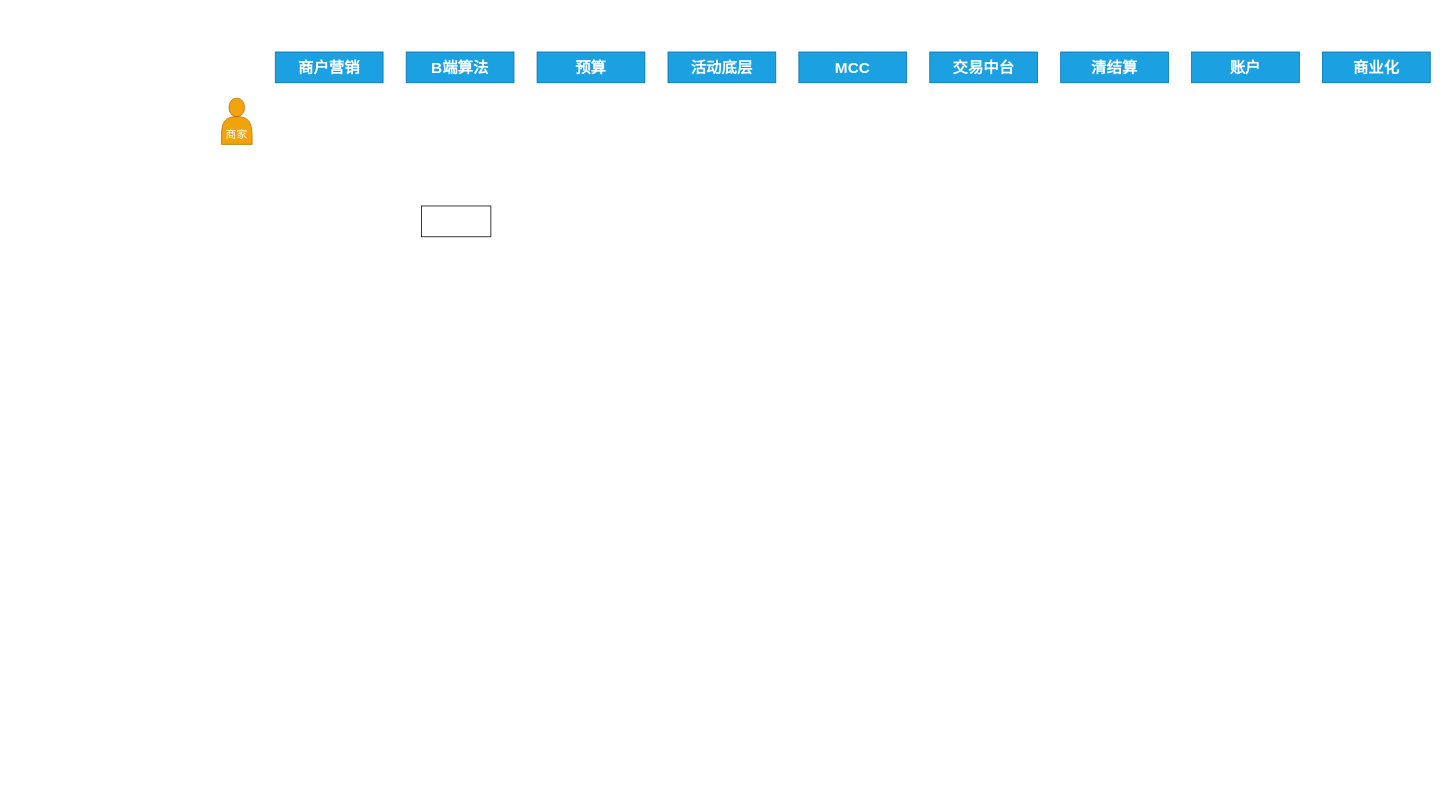
jon-kong/draw.io keeps this draw.io diagram as page "系统全链路" (4 of 5) of 智能满减.drawio. Above is the earlier version. Source tidied: cells renumbered, new cells numbered last; positions are measured from the earlier drawing's top-left corner, leaving out a move shared by most shapes. Both pictures are drawn from the tidied source at 77%, with x=0, y=0 at pixel (221, 52).
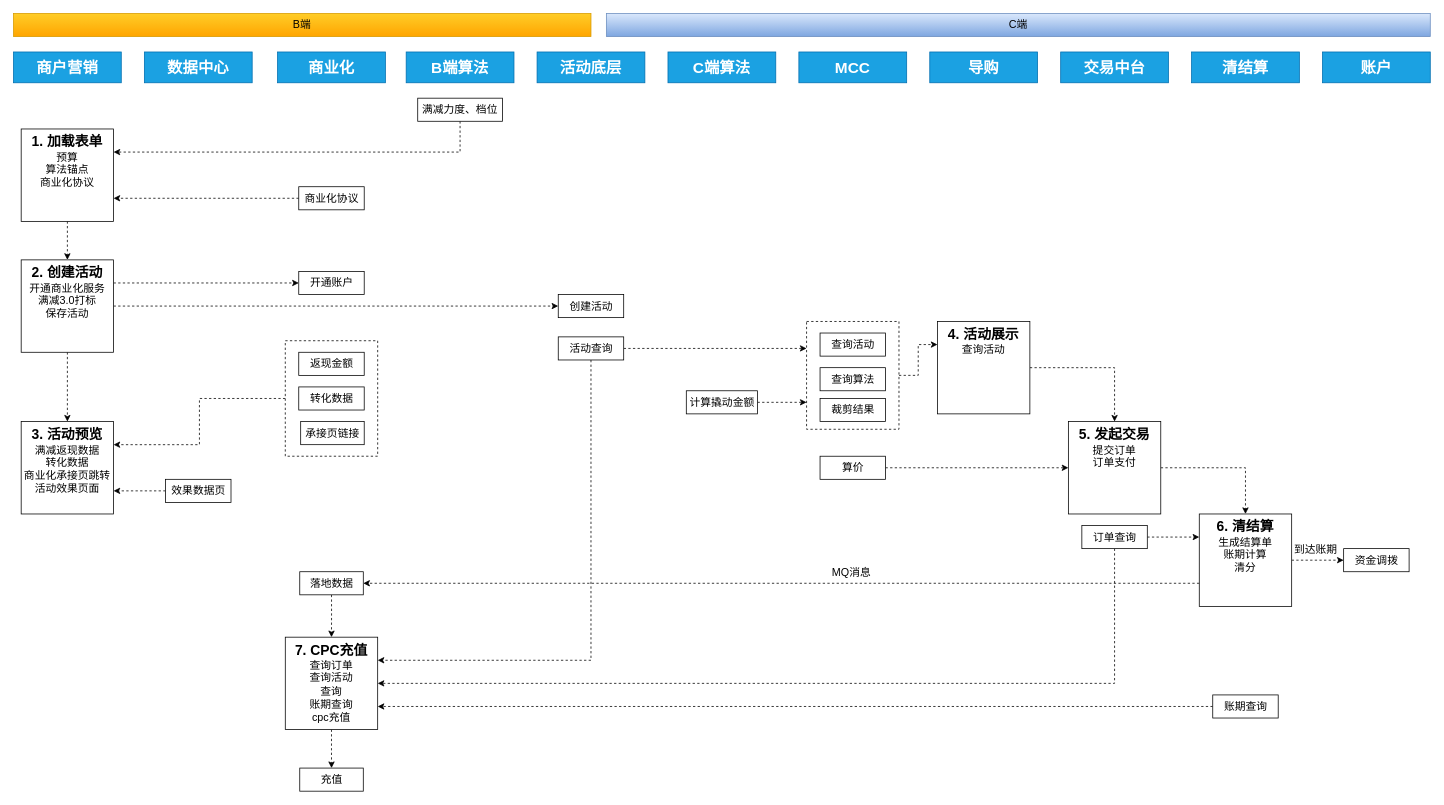
Above is the later version.

Change to the diagram source:
```diff
@@
+    <mxCell id="13" style="edgeStyle=orthogonalEdgeStyle;rounded=0;jettySize=auto;html=1;entryX=1;entryY=0.25;entryDx=0;entryDy=0;dashed=1;fontSize=14;fontColor=#000000;exitX=0;exitY=0.5;exitDx=0;exitDy=0;" parent="1" edge="1" source="14" target="27">
+      <mxGeometry relative="1" as="geometry" />
+    </mxCell>
+    <mxCell id="14" style="rounded=0;whiteSpace=wrap;html=1;strokeWidth=1;fontSize=14;fontColor=#000000;align=center;dashed=1;" parent="1" vertex="1">
+      <mxGeometry x="83" y="375" width="120" height="150" as="geometry" />
+    </mxCell>
     <mxCell id="2" value="商户营销" style="rounded=0;whiteSpace=wrap;html=1;strokeWidth=1;fontSize=20;fontColor=#ffffff;align=center;fontStyle=1;fillColor=#1ba1e2;strokeColor=#006EAF;" parent="1" vertex="1">
-      <mxGeometry x="70" width="140" height="40" as="geometry" />
+      <mxGeometry x="-270" width="140" height="40" as="geometry" />
     </mxCell>
@@
-    <mxCell id="4" value="预算" style="rounded=0;whiteSpace=wrap;html=1;strokeWidth=1;fontSize=20;fontColor=#ffffff;align=center;fontStyle=1;fillColor=#1ba1e2;strokeColor=#006EAF;" parent="1" vertex="1">
-      <mxGeometry x="410" width="140" height="40" as="geometry" />
-    </mxCell>
-    <mxCell id="5" value="活动底层" style="rounded=0;whiteSpace=wrap;html=1;strokeWidth=1;fontSize=20;fontColor=#ffffff;align=center;fontStyle=1;fillColor=#1ba1e2;strokeColor=#006EAF;" parent="1" vertex="1">
-      <mxGeometry x="580" width="140" height="40" as="geometry" />
+    <mxCell id="5" value="数据中心" style="rounded=0;whiteSpace=wrap;html=1;strokeWidth=1;fontSize=20;fontColor=#ffffff;align=center;fontStyle=1;fillColor=#1ba1e2;strokeColor=#006EAF;" parent="1" vertex="1">
+      <mxGeometry x="-100" width="140" height="40" as="geometry" />
     </mxCell>
-    <mxCell id="6" value="&lt;br&gt;&lt;br&gt;商家" style="shape=actor;whiteSpace=wrap;html=1;strokeWidth=1;fontSize=14;fontColor=#ffffff;align=center;fillColor=#f0a30a;strokeColor=#BD7000;" parent="1" vertex="1">
-      <mxGeometry y="60" width="40" height="60" as="geometry" />
-    </mxCell>
-    <mxCell id="7" value="MCC" style="rounded=0;whiteSpace=wrap;html=1;strokeWidth=1;fontSize=20;fontColor=#ffffff;align=center;fontStyle=1;fillColor=#1ba1e2;strokeColor=#006EAF;" parent="1" vertex="1">
-      <mxGeometry x="750" width="140" height="40" as="geometry" />
+    <mxCell id="7" value="商业化" style="rounded=0;whiteSpace=wrap;html=1;strokeWidth=1;fontSize=20;fontColor=#ffffff;align=center;fontStyle=1;fillColor=#1ba1e2;strokeColor=#006EAF;" parent="1" vertex="1">
+      <mxGeometry x="73" width="140" height="40" as="geometry" />
     </mxCell>
-    <mxCell id="8" value="交易中台" style="rounded=0;whiteSpace=wrap;html=1;strokeWidth=1;fontSize=20;fontColor=#ffffff;align=center;fontStyle=1;fillColor=#1ba1e2;strokeColor=#006EAF;" parent="1" vertex="1">
+    <mxCell id="8" value="导购" style="rounded=0;whiteSpace=wrap;html=1;strokeWidth=1;fontSize=20;fontColor=#ffffff;align=center;fontStyle=1;fillColor=#1ba1e2;strokeColor=#006EAF;" parent="1" vertex="1">
       <mxGeometry x="920" width="140" height="40" as="geometry" />
     </mxCell>
-    <mxCell id="9" value="清结算" style="rounded=0;whiteSpace=wrap;html=1;strokeWidth=1;fontSize=20;fontColor=#ffffff;align=center;fontStyle=1;fillColor=#1ba1e2;strokeColor=#006EAF;" parent="1" vertex="1">
+    <mxCell id="9" value="交易中台" style="rounded=0;whiteSpace=wrap;html=1;strokeWidth=1;fontSize=20;fontColor=#ffffff;align=center;fontStyle=1;fillColor=#1ba1e2;strokeColor=#006EAF;" parent="1" vertex="1">
       <mxGeometry x="1090" width="140" height="40" as="geometry" />
     </mxCell>
-    <mxCell id="10" value="账户" style="rounded=0;whiteSpace=wrap;html=1;strokeWidth=1;fontSize=20;fontColor=#ffffff;align=center;fontStyle=1;fillColor=#1ba1e2;strokeColor=#006EAF;" parent="1" vertex="1">
+    <mxCell id="10" value="清结算" style="rounded=0;whiteSpace=wrap;html=1;strokeWidth=1;fontSize=20;fontColor=#ffffff;align=center;fontStyle=1;fillColor=#1ba1e2;strokeColor=#006EAF;" parent="1" vertex="1">
       <mxGeometry x="1260" width="140" height="40" as="geometry" />
     </mxCell>
-    <mxCell id="11" value="商业化" style="rounded=0;whiteSpace=wrap;html=1;strokeWidth=1;fontSize=20;fontColor=#ffffff;align=center;fontStyle=1;fillColor=#1ba1e2;strokeColor=#006EAF;" parent="1" vertex="1">
+    <mxCell id="11" value="账户" style="rounded=0;whiteSpace=wrap;html=1;strokeWidth=1;fontSize=20;fontColor=#ffffff;align=center;fontStyle=1;fillColor=#1ba1e2;strokeColor=#006EAF;" parent="1" vertex="1">
       <mxGeometry x="1430" width="140" height="40" as="geometry" />
     </mxCell>
+    <mxCell id="15" style="edgeStyle=orthogonalEdgeStyle;rounded=0;jettySize=auto;html=1;exitX=0.5;exitY=1;exitDx=0;exitDy=0;entryX=0.5;entryY=0;entryDx=0;entryDy=0;dashed=1;fontSize=14;fontColor=#000000;" parent="1" edge="1" source="12" target="24">
+      <mxGeometry relative="1" as="geometry" />
+    </mxCell>
-    <mxCell id="12" style="rounded=0;whiteSpace=wrap;html=1;strokeWidth=1;fontSize=20;fontColor=#000000;align=center;" parent="1" vertex="1">
-      <mxGeometry x="260" y="200" width="90" height="40" as="geometry" />
+    <mxCell id="12" value="&lt;b&gt;&lt;font style=&quot;font-size: 18px&quot;&gt;1. 加载表单&lt;/font&gt;&lt;/b&gt;&lt;br&gt;预算&lt;br&gt;算法锚点&lt;br&gt;商业化协议" style="rounded=0;whiteSpace=wrap;html=1;strokeWidth=1;fontSize=14;fontColor=#000000;align=center;verticalAlign=top;" parent="1" vertex="1">
+      <mxGeometry x="-260" y="100" width="120" height="120" as="geometry" />
     </mxCell>
+    <mxCell id="16" value="B端" style="rounded=0;whiteSpace=wrap;html=1;strokeWidth=1;fontSize=14;align=center;gradientColor=#ffa500;fillColor=#ffcd28;strokeColor=#d79b00;" parent="1" vertex="1">
+      <mxGeometry x="-270" y="-50" width="750" height="30" as="geometry" />
+    </mxCell>
+    <mxCell id="17" style="edgeStyle=orthogonalEdgeStyle;rounded=0;jettySize=auto;html=1;exitX=0.5;exitY=1;exitDx=0;exitDy=0;entryX=1;entryY=0.25;entryDx=0;entryDy=0;dashed=1;fontSize=14;fontColor=#000000;" parent="1" edge="1" source="18" target="12">
+      <mxGeometry relative="1" as="geometry" />
+    </mxCell>
+    <mxCell id="18" value="满减力度、档位" style="whiteSpace=wrap;html=1;strokeWidth=1;fontSize=14;fontColor=#000000;align=center;" parent="1" vertex="1">
+      <mxGeometry x="255" y="60" width="110" height="30" as="geometry" />
+    </mxCell>
+    <mxCell id="19" style="edgeStyle=orthogonalEdgeStyle;rounded=0;jettySize=auto;html=1;exitX=0;exitY=0.5;exitDx=0;exitDy=0;entryX=1;entryY=0.75;entryDx=0;entryDy=0;dashed=1;fontSize=14;fontColor=#000000;" parent="1" edge="1" source="20" target="12">
+      <mxGeometry relative="1" as="geometry" />
+    </mxCell>
+    <mxCell id="20" value="商业化协议" style="whiteSpace=wrap;html=1;strokeWidth=1;fontSize=14;fontColor=#000000;align=center;" parent="1" vertex="1">
+      <mxGeometry x="100.5" y="175" width="85" height="30" as="geometry" />
+    </mxCell>
+    <mxCell id="21" style="edgeStyle=orthogonalEdgeStyle;rounded=0;jettySize=auto;html=1;exitX=1;exitY=0.25;exitDx=0;exitDy=0;entryX=0;entryY=0.5;entryDx=0;entryDy=0;dashed=1;fontSize=14;fontColor=#000000;" parent="1" edge="1" source="24" target="25">
+      <mxGeometry relative="1" as="geometry" />
+    </mxCell>
+    <mxCell id="22" style="edgeStyle=orthogonalEdgeStyle;rounded=0;jettySize=auto;html=1;exitX=1;exitY=0.5;exitDx=0;exitDy=0;entryX=0;entryY=0.5;entryDx=0;entryDy=0;dashed=1;fontSize=14;fontColor=#000000;" parent="1" edge="1" source="24" target="26">
+      <mxGeometry relative="1" as="geometry" />
+    </mxCell>
+    <mxCell id="23" style="edgeStyle=orthogonalEdgeStyle;rounded=0;jettySize=auto;html=1;exitX=0.5;exitY=1;exitDx=0;exitDy=0;entryX=0.5;entryY=0;entryDx=0;entryDy=0;dashed=1;fontSize=14;fontColor=#000000;" parent="1" edge="1" source="24" target="27">
+      <mxGeometry relative="1" as="geometry" />
+    </mxCell>
+    <mxCell id="24" value="&lt;b&gt;&lt;font style=&quot;font-size: 18px&quot;&gt;2. 创建活动&lt;/font&gt;&lt;/b&gt;&lt;br&gt;开通商业化服务&lt;br&gt;满减3.0打标&lt;br&gt;保存活动" style="rounded=0;whiteSpace=wrap;html=1;strokeWidth=1;fontSize=14;fontColor=#000000;align=center;verticalAlign=top;" parent="1" vertex="1">
+      <mxGeometry x="-260" y="270" width="120" height="120" as="geometry" />
+    </mxCell>
+    <mxCell id="25" value="开通账户" style="whiteSpace=wrap;html=1;strokeWidth=1;fontSize=14;fontColor=#000000;align=center;" parent="1" vertex="1">
+      <mxGeometry x="100.5" y="285" width="85" height="30" as="geometry" />
+    </mxCell>
+    <mxCell id="26" value="创建活动" style="whiteSpace=wrap;html=1;strokeWidth=1;fontSize=14;fontColor=#000000;align=center;" parent="1" vertex="1">
+      <mxGeometry x="437.5" y="315" width="85" height="30" as="geometry" />
+    </mxCell>
+    <mxCell id="27" value="&lt;b&gt;&lt;font style=&quot;font-size: 18px&quot;&gt;3. 活动预览&lt;/font&gt;&lt;/b&gt;&lt;br&gt;满减返现数据&lt;br&gt;转化数据&lt;br&gt;商业化承接页跳转&lt;br&gt;活动效果页面" style="rounded=0;whiteSpace=wrap;html=1;strokeWidth=1;fontSize=14;fontColor=#000000;align=center;verticalAlign=top;" parent="1" vertex="1">
+      <mxGeometry x="-260" y="480" width="120" height="120" as="geometry" />
+    </mxCell>
+    <mxCell id="28" value="返现金额" style="whiteSpace=wrap;html=1;strokeWidth=1;fontSize=14;fontColor=#000000;align=center;" parent="1" vertex="1">
+      <mxGeometry x="100.5" y="390" width="85" height="30" as="geometry" />
+    </mxCell>
+    <mxCell id="29" value="转化数据" style="whiteSpace=wrap;html=1;strokeWidth=1;fontSize=14;fontColor=#000000;align=center;" parent="1" vertex="1">
+      <mxGeometry x="100.5" y="435" width="85" height="30" as="geometry" />
+    </mxCell>
+    <mxCell id="30" value="承接页链接" style="whiteSpace=wrap;html=1;strokeWidth=1;fontSize=14;fontColor=#000000;align=center;" parent="1" vertex="1">
+      <mxGeometry x="103" y="480" width="82.5" height="30" as="geometry" />
+    </mxCell>
+    <mxCell id="31" value="活动底层" style="rounded=0;whiteSpace=wrap;html=1;strokeWidth=1;fontSize=20;fontColor=#ffffff;align=center;fontStyle=1;fillColor=#1ba1e2;strokeColor=#006EAF;" parent="1" vertex="1">
+      <mxGeometry x="410" width="140" height="40" as="geometry" />
+    </mxCell>
+    <mxCell id="32" style="edgeStyle=orthogonalEdgeStyle;rounded=0;jettySize=auto;html=1;exitX=0;exitY=0.5;exitDx=0;exitDy=0;entryX=1;entryY=0.75;entryDx=0;entryDy=0;dashed=1;fontSize=14;fontColor=#000000;" parent="1" edge="1" source="33" target="27">
+      <mxGeometry relative="1" as="geometry" />
+    </mxCell>
+    <mxCell id="33" value="效果数据页" style="whiteSpace=wrap;html=1;strokeWidth=1;fontSize=14;fontColor=#000000;align=center;" parent="1" vertex="1">
+      <mxGeometry x="-72.5" y="555" width="85" height="30" as="geometry" />
+    </mxCell>
+    <mxCell id="34" value="C端" style="rounded=0;whiteSpace=wrap;html=1;strokeWidth=1;fontSize=14;align=center;fillColor=#dae8fc;strokeColor=#6c8ebf;gradientColor=#7ea6e0;" parent="1" vertex="1">
+      <mxGeometry x="500" y="-50" width="1070" height="30" as="geometry" />
+    </mxCell>
+    <mxCell id="35" value="MCC" style="rounded=0;whiteSpace=wrap;html=1;strokeWidth=1;fontSize=20;fontColor=#ffffff;align=center;fontStyle=1;fillColor=#1ba1e2;strokeColor=#006EAF;" parent="1" vertex="1">
+      <mxGeometry x="750" width="140" height="40" as="geometry" />
+    </mxCell>
+    <mxCell id="36" style="edgeStyle=orthogonalEdgeStyle;rounded=0;jettySize=auto;html=1;exitX=1;exitY=0.5;exitDx=0;exitDy=0;entryX=0.5;entryY=0;entryDx=0;entryDy=0;dashed=1;fontSize=14;fontColor=#000000;" parent="1" edge="1" source="37" target="49">
+      <mxGeometry relative="1" as="geometry" />
+    </mxCell>
+    <mxCell id="37" value="&lt;b&gt;&lt;font style=&quot;font-size: 18px&quot;&gt;4. 活动展示&lt;/font&gt;&lt;/b&gt;&lt;br&gt;查询活动" style="rounded=0;whiteSpace=wrap;html=1;strokeWidth=1;fontSize=14;fontColor=#000000;align=center;verticalAlign=top;" parent="1" vertex="1">
+      <mxGeometry x="930" y="350" width="120" height="120" as="geometry" />
+    </mxCell>
+    <mxCell id="38" style="edgeStyle=orthogonalEdgeStyle;rounded=0;jettySize=auto;html=1;exitX=1;exitY=0.5;exitDx=0;exitDy=0;entryX=0;entryY=0.25;entryDx=0;entryDy=0;dashed=1;fontSize=14;fontColor=#000000;" parent="1" edge="1" source="39" target="37">
+      <mxGeometry relative="1" as="geometry" />
+    </mxCell>
+    <mxCell id="39" style="rounded=0;whiteSpace=wrap;html=1;strokeWidth=1;fontSize=14;fontColor=#000000;align=center;dashed=1;" parent="1" vertex="1">
+      <mxGeometry x="760" y="350" width="120" height="140" as="geometry" />
+    </mxCell>
+    <mxCell id="40" value="查询活动" style="whiteSpace=wrap;html=1;strokeWidth=1;fontSize=14;fontColor=#000000;align=center;" parent="1" vertex="1">
+      <mxGeometry x="777.5" y="365" width="85" height="30" as="geometry" />
+    </mxCell>
+    <mxCell id="41" value="查询算法" style="whiteSpace=wrap;html=1;strokeWidth=1;fontSize=14;fontColor=#000000;align=center;" parent="1" vertex="1">
+      <mxGeometry x="777.5" y="410" width="85" height="30" as="geometry" />
+    </mxCell>
+    <mxCell id="42" value="C端算法" style="rounded=0;whiteSpace=wrap;html=1;strokeWidth=1;fontSize=20;fontColor=#ffffff;align=center;fontStyle=1;fillColor=#1ba1e2;strokeColor=#006EAF;" parent="1" vertex="1">
+      <mxGeometry x="580" width="140" height="40" as="geometry" />
+    </mxCell>
+    <mxCell id="43" style="edgeStyle=orthogonalEdgeStyle;rounded=0;jettySize=auto;html=1;exitX=1;exitY=0.5;exitDx=0;exitDy=0;entryX=0;entryY=0.75;entryDx=0;entryDy=0;dashed=1;fontSize=14;fontColor=#000000;" parent="1" edge="1" source="44" target="39">
+      <mxGeometry relative="1" as="geometry" />
+    </mxCell>
+    <mxCell id="44" value="计算撬动金额" style="whiteSpace=wrap;html=1;strokeWidth=1;fontSize=14;fontColor=#000000;align=center;" parent="1" vertex="1">
+      <mxGeometry x="603.8" y="440" width="92.5" height="30" as="geometry" />
+    </mxCell>
+    <mxCell id="45" style="edgeStyle=orthogonalEdgeStyle;rounded=0;jettySize=auto;html=1;exitX=1;exitY=0.5;exitDx=0;exitDy=0;entryX=0;entryY=0.25;entryDx=0;entryDy=0;dashed=1;fontSize=14;fontColor=#000000;" parent="1" edge="1" source="47" target="39">
+      <mxGeometry relative="1" as="geometry" />
+    </mxCell>
+    <mxCell id="46" style="edgeStyle=orthogonalEdgeStyle;rounded=0;jettySize=auto;html=1;exitX=0.5;exitY=1;exitDx=0;exitDy=0;entryX=1;entryY=0.25;entryDx=0;entryDy=0;dashed=1;fontSize=14;fontColor=#000000;" parent="1" edge="1" source="47" target="58">
+      <mxGeometry relative="1" as="geometry" />
+    </mxCell>
+    <mxCell id="47" value="活动查询" style="whiteSpace=wrap;html=1;strokeWidth=1;fontSize=14;fontColor=#000000;align=center;" parent="1" vertex="1">
+      <mxGeometry x="437.5" y="370" width="85" height="30" as="geometry" />
+    </mxCell>
+    <mxCell id="48" style="edgeStyle=orthogonalEdgeStyle;rounded=0;jettySize=auto;html=1;exitX=1;exitY=0.5;exitDx=0;exitDy=0;entryX=0.5;entryY=0;entryDx=0;entryDy=0;dashed=1;fontSize=14;fontColor=#000000;" parent="1" edge="1" source="49" target="55">
+      <mxGeometry relative="1" as="geometry" />
+    </mxCell>
+    <mxCell id="49" value="&lt;b&gt;&lt;font style=&quot;font-size: 18px&quot;&gt;5. 发起交易&lt;/font&gt;&lt;/b&gt;&lt;br&gt;提交订单&lt;br&gt;订单支付" style="rounded=0;whiteSpace=wrap;html=1;strokeWidth=1;fontSize=14;fontColor=#000000;align=center;verticalAlign=top;" parent="1" vertex="1">
+      <mxGeometry x="1100" y="480" width="120" height="120" as="geometry" />
+    </mxCell>
+    <mxCell id="50" value="裁剪结果" style="whiteSpace=wrap;html=1;strokeWidth=1;fontSize=14;fontColor=#000000;align=center;" parent="1" vertex="1">
+      <mxGeometry x="777.5" y="450" width="85" height="30" as="geometry" />
+    </mxCell>
+    <mxCell id="51" style="edgeStyle=orthogonalEdgeStyle;rounded=0;jettySize=auto;html=1;exitX=1;exitY=0.5;exitDx=0;exitDy=0;entryX=0;entryY=0.5;entryDx=0;entryDy=0;dashed=1;fontSize=14;fontColor=#000000;" parent="1" edge="1" source="55" target="56">
+      <mxGeometry relative="1" as="geometry" />
+    </mxCell>
+    <mxCell id="52" value="到达账期" style="edgeLabel;html=1;align=center;verticalAlign=middle;fontSize=14;fontColor=#000000;" parent="51" vertex="1">
+      <mxGeometry x="-0.08" y="3" relative="1" as="geometry">
+        <mxPoint x="-1" y="-12" as="offset" />
+      </mxGeometry>
+    </mxCell>
+    <mxCell id="53" style="edgeStyle=orthogonalEdgeStyle;rounded=0;jettySize=auto;html=1;exitX=0;exitY=0.75;exitDx=0;exitDy=0;entryX=1;entryY=0.5;entryDx=0;entryDy=0;dashed=1;fontSize=14;fontColor=#000000;" parent="1" edge="1" source="55" target="62">
+      <mxGeometry relative="1" as="geometry" />
+    </mxCell>
+    <mxCell id="54" value="MQ消息" style="edgeLabel;html=1;align=center;verticalAlign=middle;fontSize=14;fontColor=#000000;" parent="53" vertex="1">
+      <mxGeometry x="-0.17" y="6" relative="1" as="geometry">
+        <mxPoint x="-1.7" y="-21" as="offset" />
+      </mxGeometry>
+    </mxCell>
+    <mxCell id="55" value="&lt;b&gt;&lt;font style=&quot;font-size: 18px&quot;&gt;6. 清结算&lt;/font&gt;&lt;/b&gt;&lt;br&gt;生成结算单&lt;br&gt;账期计算&lt;br&gt;清分" style="rounded=0;whiteSpace=wrap;html=1;strokeWidth=1;fontSize=14;fontColor=#000000;align=center;verticalAlign=top;" parent="1" vertex="1">
+      <mxGeometry x="1270" y="600" width="120" height="120" as="geometry" />
+    </mxCell>
+    <mxCell id="56" value="资金调拨" style="whiteSpace=wrap;html=1;strokeWidth=1;fontSize=14;fontColor=#000000;align=center;" parent="1" vertex="1">
+      <mxGeometry x="1457.5" y="645" width="85" height="30" as="geometry" />
+    </mxCell>
+    <mxCell id="57" style="edgeStyle=orthogonalEdgeStyle;rounded=0;jettySize=auto;html=1;exitX=0.5;exitY=1;exitDx=0;exitDy=0;entryX=0.5;entryY=0;entryDx=0;entryDy=0;dashed=1;fontSize=14;fontColor=#000000;" parent="1" edge="1" source="58" target="63">
+      <mxGeometry relative="1" as="geometry" />
+    </mxCell>
+    <mxCell id="58" value="&lt;b&gt;&lt;font style=&quot;font-size: 18px&quot;&gt;7. CPC充值&lt;/font&gt;&lt;/b&gt;&lt;br&gt;查询订单&lt;br&gt;查询活动&lt;br&gt;查询&lt;br&gt;账期查询&lt;br&gt;cpc充值" style="rounded=0;whiteSpace=wrap;html=1;strokeWidth=1;fontSize=14;fontColor=#000000;align=center;verticalAlign=top;" parent="1" vertex="1">
+      <mxGeometry x="83" y="760" width="120" height="120" as="geometry" />
+    </mxCell>
+    <mxCell id="59" style="edgeStyle=orthogonalEdgeStyle;rounded=0;jettySize=auto;html=1;exitX=1;exitY=0.5;exitDx=0;exitDy=0;entryX=0;entryY=0.5;entryDx=0;entryDy=0;dashed=1;fontSize=14;fontColor=#000000;" parent="1" edge="1" source="60" target="49">
+      <mxGeometry relative="1" as="geometry" />
+    </mxCell>
+    <mxCell id="60" value="算价" style="whiteSpace=wrap;html=1;strokeWidth=1;fontSize=14;fontColor=#000000;align=center;" parent="1" vertex="1">
+      <mxGeometry x="777.5" y="525" width="85" height="30" as="geometry" />
+    </mxCell>
+    <mxCell id="61" style="edgeStyle=orthogonalEdgeStyle;rounded=0;jettySize=auto;html=1;exitX=0.5;exitY=1;exitDx=0;exitDy=0;entryX=0.5;entryY=0;entryDx=0;entryDy=0;dashed=1;fontSize=14;fontColor=#000000;" parent="1" edge="1" source="62" target="58">
+      <mxGeometry relative="1" as="geometry" />
+    </mxCell>
+    <mxCell id="62" value="落地数据" style="whiteSpace=wrap;html=1;strokeWidth=1;fontSize=14;fontColor=#000000;align=center;" parent="1" vertex="1">
+      <mxGeometry x="101.8" y="675" width="82.5" height="30" as="geometry" />
+    </mxCell>
+    <mxCell id="63" value="充值" style="whiteSpace=wrap;html=1;strokeWidth=1;fontSize=14;fontColor=#000000;align=center;" parent="1" vertex="1">
+      <mxGeometry x="101.8" y="930" width="82.5" height="30" as="geometry" />
+    </mxCell>
+    <mxCell id="64" style="edgeStyle=orthogonalEdgeStyle;rounded=0;jettySize=auto;html=1;exitX=1;exitY=0.5;exitDx=0;exitDy=0;entryX=0;entryY=0.25;entryDx=0;entryDy=0;dashed=1;fontSize=14;fontColor=#000000;" parent="1" edge="1" source="66" target="55">
+      <mxGeometry relative="1" as="geometry" />
+    </mxCell>
+    <mxCell id="65" style="edgeStyle=orthogonalEdgeStyle;rounded=0;jettySize=auto;html=1;exitX=0.5;exitY=1;exitDx=0;exitDy=0;entryX=1;entryY=0.5;entryDx=0;entryDy=0;dashed=1;fontSize=14;fontColor=#000000;" parent="1" edge="1" source="66" target="58">
+      <mxGeometry relative="1" as="geometry" />
+    </mxCell>
+    <mxCell id="66" value="订单查询" style="whiteSpace=wrap;html=1;strokeWidth=1;fontSize=14;fontColor=#000000;align=center;" parent="1" vertex="1">
+      <mxGeometry x="1117.5" y="615" width="85" height="30" as="geometry" />
+    </mxCell>
+    <mxCell id="67" style="edgeStyle=orthogonalEdgeStyle;rounded=0;jettySize=auto;html=1;exitX=0;exitY=0.5;exitDx=0;exitDy=0;entryX=1;entryY=0.75;entryDx=0;entryDy=0;dashed=1;fontSize=14;fontColor=#000000;" parent="1" edge="1" source="68" target="58">
+      <mxGeometry relative="1" as="geometry" />
+    </mxCell>
+    <mxCell id="68" value="账期查询" style="whiteSpace=wrap;html=1;strokeWidth=1;fontSize=14;fontColor=#000000;align=center;" parent="1" vertex="1">
+      <mxGeometry x="1287.5" y="835" width="85" height="30" as="geometry" />
+    </mxCell>
```
